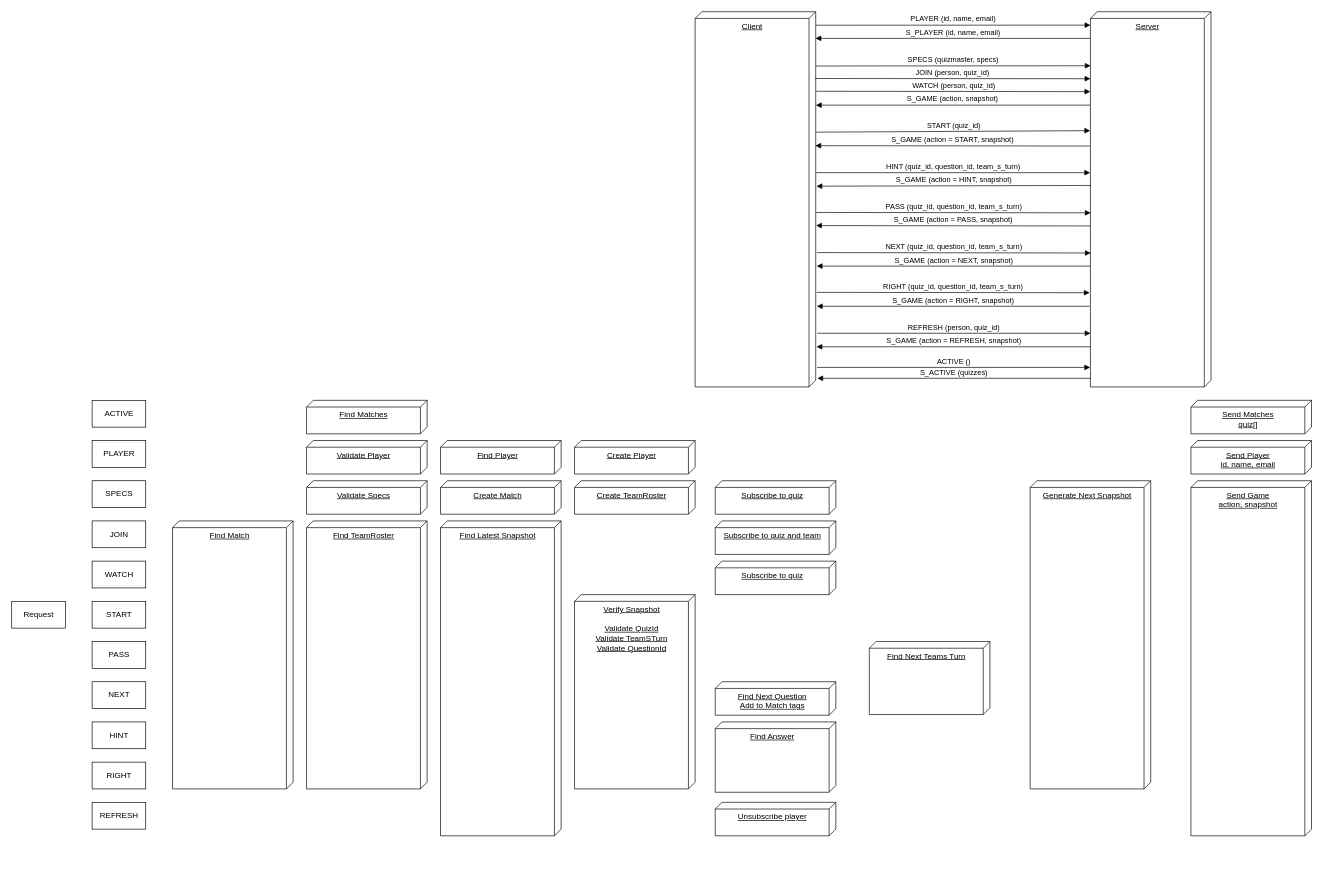
Above: server/Binquiz Go API.drawio in atulanand206/find (draw.io), before the change. Source tidied: cells renumbered, new cells numbered last; positions are measured from the earlier drawing's top-left corner, leaving out a move shared by most shapes. Both pictures are drawn from the tidied source at 67%, with x=0, y=0 at pixel (11, 11).
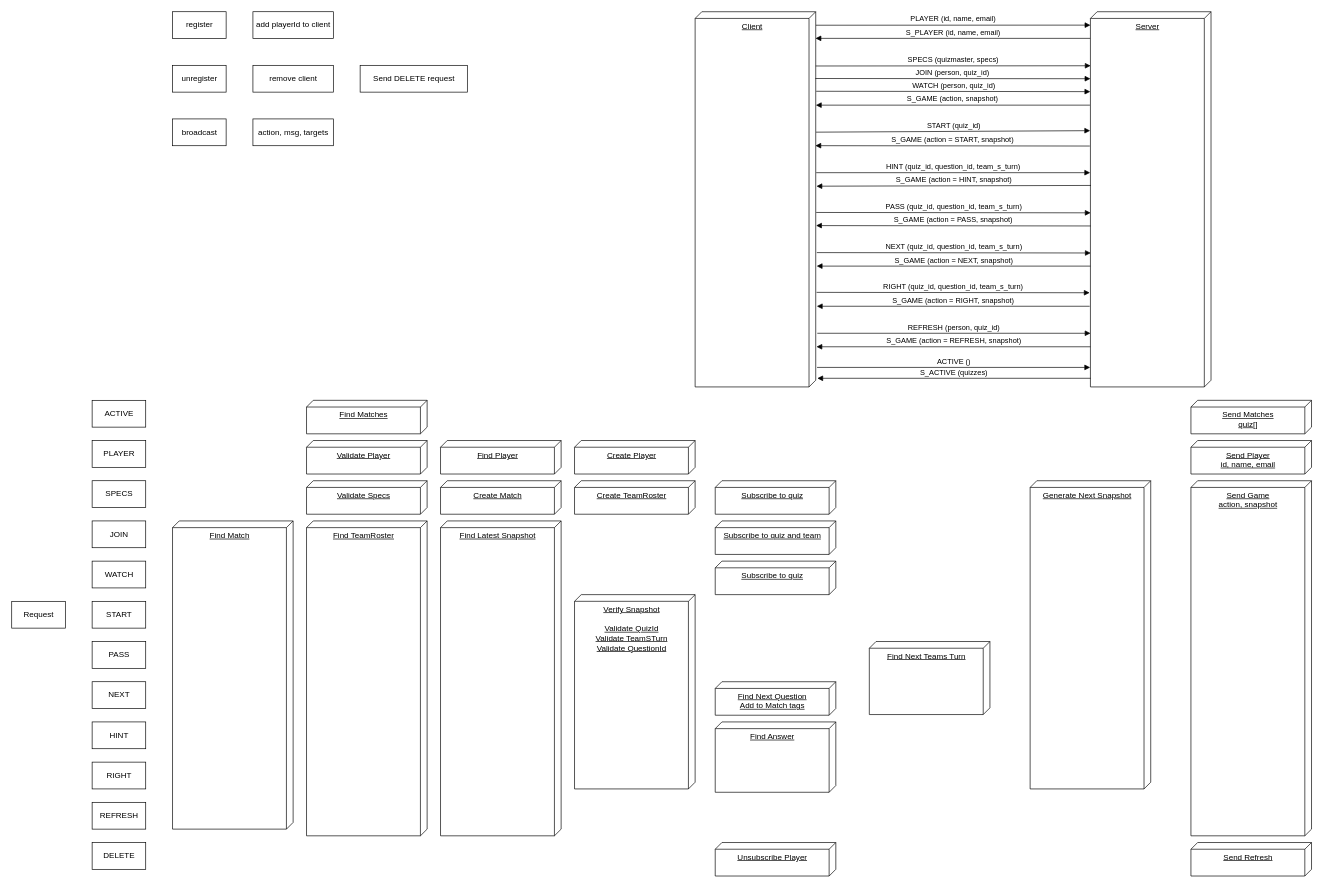
Above is the later version.

Commit message:
Client connection mgmt.

What changed in the source:
```diff
@@
     <mxCell id="39" value="Find TeamRoster" style="verticalAlign=top;align=center;spacingTop=8;spacingLeft=2;spacingRight=12;shape=cube;size=10;direction=south;fontStyle=4;html=1;" parent="1" vertex="1">
-      <mxGeometry x="440" y="760" width="180" height="400" as="geometry" />
+      <mxGeometry x="440" y="760" width="180" height="470" as="geometry" />
     </mxCell>
-    <mxCell id="40" value="Unsubscribe player" style="verticalAlign=top;align=center;spacingTop=8;spacingLeft=2;spacingRight=12;shape=cube;size=10;direction=south;fontStyle=4;html=1;" parent="1" vertex="1">
-      <mxGeometry x="1050" y="1180" width="180" height="50" as="geometry" />
-    </mxCell>
     <mxCell id="41" value="Find Match" style="verticalAlign=top;align=center;spacingTop=8;spacingLeft=2;spacingRight=12;shape=cube;size=10;direction=south;fontStyle=4;html=1;" parent="1" vertex="1">
-      <mxGeometry x="240" y="760" width="180" height="400" as="geometry" />
+      <mxGeometry x="240" y="760" width="180" height="460" as="geometry" />
     </mxCell>
@@
+    <mxCell id="58" value="register" style="html=1;" parent="1" vertex="1">
+      <mxGeometry x="240" width="80" height="40" as="geometry" />
+    </mxCell>
+    <mxCell id="59" value="unregister" style="html=1;" parent="1" vertex="1">
+      <mxGeometry x="240" y="80" width="80" height="40" as="geometry" />
+    </mxCell>
+    <mxCell id="60" value="broadcast" style="html=1;" parent="1" vertex="1">
+      <mxGeometry x="240" y="160" width="80" height="40" as="geometry" />
+    </mxCell>
+    <mxCell id="61" value="add playerId to client" style="html=1;" parent="1" vertex="1">
+      <mxGeometry x="360" width="120" height="40" as="geometry" />
+    </mxCell>
+    <mxCell id="62" value="remove client" style="html=1;" parent="1" vertex="1">
+      <mxGeometry x="360" y="80" width="120" height="40" as="geometry" />
+    </mxCell>
+    <mxCell id="63" value="action, msg, targets" style="html=1;" parent="1" vertex="1">
+      <mxGeometry x="360" y="160" width="120" height="40" as="geometry" />
+    </mxCell>
+    <mxCell id="64" value="DELETE" style="html=1;" parent="1" vertex="1">
+      <mxGeometry x="120" y="1240" width="80" height="40" as="geometry" />
+    </mxCell>
+    <mxCell id="65" value="Unsubscribe Player" style="verticalAlign=top;align=center;spacingTop=8;spacingLeft=2;spacingRight=12;shape=cube;size=10;direction=south;fontStyle=4;html=1;" parent="1" vertex="1">
+      <mxGeometry x="1050" y="1240" width="180" height="50" as="geometry" />
+    </mxCell>
+    <mxCell id="66" value="Send Refresh" style="verticalAlign=top;align=center;spacingTop=8;spacingLeft=2;spacingRight=12;shape=cube;size=10;direction=south;fontStyle=4;html=1;" parent="1" vertex="1">
+      <mxGeometry x="1760" y="1240" width="180" height="50" as="geometry" />
+    </mxCell>
+    <mxCell id="67" value="Send DELETE request" style="html=1;" parent="1" vertex="1">
+      <mxGeometry x="520" y="80" width="160" height="40" as="geometry" />
+    </mxCell>
```
